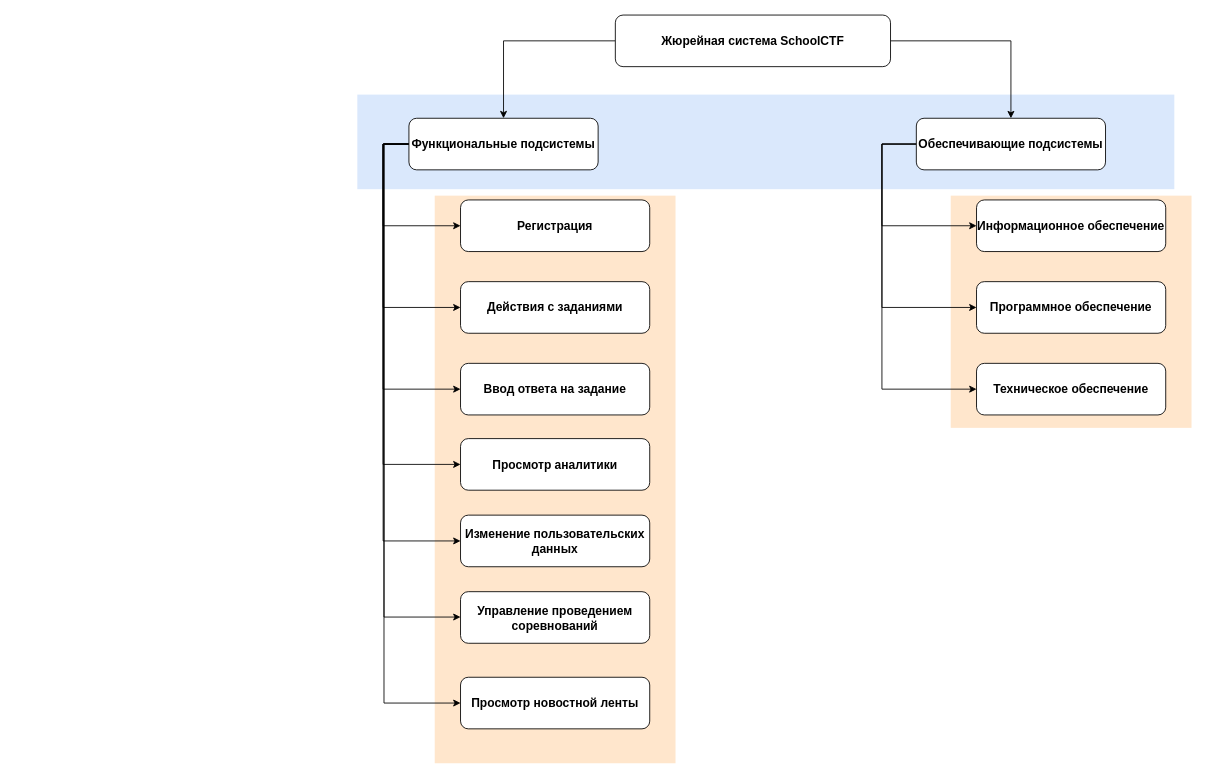
PolMarzia/diplom keeps this draw.io diagram as struct_new.drawio. Above is the earlier version. Source tidied: cells renumbered, new cells numbered last; positions are measured from the earlier drawing's top-left corner, leaving out a move shared by most shapes. Both pictures are drawn from the tidied source at 86%, with x=0, y=0 at pixel (357, 15).
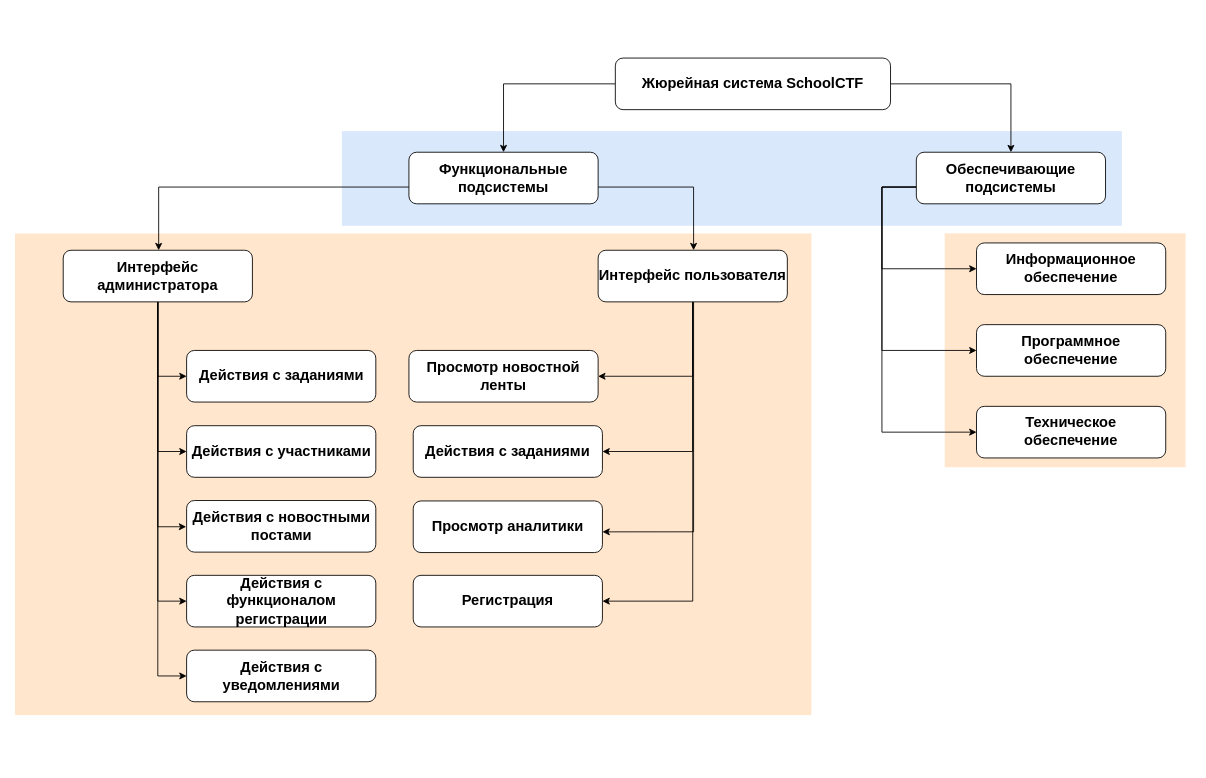
After the change.

Commit message (it also covers changes not shown here):
Дописана вторая глава

Diff of the diagram source:
```diff
@@
-    <mxCell id="2" style="rounded=0;whiteSpace=wrap;html=1;labelBackgroundColor=none;fillColor=#ffe6cc;fontSize=14;strokeColor=none;" parent="1" vertex="1">
-      <mxGeometry x="690" y="210" width="280" height="270" as="geometry" />
-    </mxCell>
-    <mxCell id="3" style="rounded=0;whiteSpace=wrap;html=1;labelBackgroundColor=none;fillColor=#ffe6cc;fontSize=14;strokeColor=none;" parent="1" vertex="1">
-      <mxGeometry x="90" y="210" width="280" height="660" as="geometry" />
-    </mxCell>
-    <mxCell id="4" style="rounded=0;whiteSpace=wrap;html=1;fontSize=14;labelBackgroundColor=none;strokeColor=none;fillColor=#dae8fc;" parent="1" vertex="1">
-      <mxGeometry y="92.5" width="950" height="110" as="geometry" />
-    </mxCell>
+    <mxCell id="30" style="rounded=0;whiteSpace=wrap;html=1;labelBackgroundColor=none;fillColor=#ffe6cc;fontSize=17;strokeColor=none;" parent="1" vertex="1">
+      <mxGeometry x="683" y="253.8" width="280" height="272" as="geometry" />
+    </mxCell>
+    <mxCell id="31" style="rounded=0;whiteSpace=wrap;html=1;labelBackgroundColor=none;fillColor=#ffe6cc;fontSize=17;strokeColor=none;" parent="1" vertex="1">
+      <mxGeometry x="-398" y="254" width="926" height="560" as="geometry" />
+    </mxCell>
+    <mxCell id="32" style="rounded=0;whiteSpace=wrap;html=1;fontSize=17;labelBackgroundColor=none;strokeColor=none;fillColor=#dae8fc;" parent="1" vertex="1">
+      <mxGeometry x="-18" y="135" width="907" height="110" as="geometry" />
+    </mxCell>
-    <mxCell id="5" style="edgeStyle=orthogonalEdgeStyle;rounded=0;jettySize=auto;html=1;fontSize=14;" parent="1" edge="1" source="7" target="15">
+    <mxCell id="5" style="edgeStyle=orthogonalEdgeStyle;rounded=0;jettySize=auto;html=1;fontSize=17;" parent="1" edge="1" source="7" target="15">
       <mxGeometry relative="1" as="geometry">
         <Array as="points">
-          <mxPoint x="170" y="30" />
+          <mxPoint x="170" y="80" />
         </Array>
       </mxGeometry>
     </mxCell>
-    <mxCell id="6" style="edgeStyle=orthogonalEdgeStyle;rounded=0;jettySize=auto;html=1;fontSize=14;" parent="1" edge="1" source="7" target="19">
+    <mxCell id="6" style="edgeStyle=orthogonalEdgeStyle;rounded=0;jettySize=auto;html=1;fontSize=17;" parent="1" edge="1" source="7" target="19">
       <mxGeometry relative="1" as="geometry" />
     </mxCell>
-    <mxCell id="7" value="&lt;font style=&quot;font-size: 14px&quot;&gt;Жюрейная система SchoolCTF&lt;/font&gt;" style="rounded=1;whiteSpace=wrap;html=1;fontSize=14;fontStyle=1;" parent="1" vertex="1">
-      <mxGeometry x="300" width="320" height="60" as="geometry" />
+    <mxCell id="7" value="&lt;font style=&quot;font-size: 17px;&quot;&gt;Жюрейная система SchoolCTF&lt;/font&gt;" style="rounded=1;whiteSpace=wrap;html=1;fontSize=17;fontStyle=1;" parent="1" vertex="1">
+      <mxGeometry x="300" y="50" width="320" height="60" as="geometry" />
     </mxCell>
-    <mxCell id="8" style="edgeStyle=orthogonalEdgeStyle;rounded=0;jettySize=auto;html=1;entryX=0;entryY=0.5;entryDx=0;entryDy=0;fontSize=14;" parent="1" edge="1" source="15" target="23">
-      <mxGeometry relative="1" as="geometry">
-        <Array as="points">
-          <mxPoint x="30" y="150" />
-          <mxPoint x="30" y="245" />
-        </Array>
-      </mxGeometry>
-    </mxCell>
-    <mxCell id="9" style="edgeStyle=orthogonalEdgeStyle;rounded=0;jettySize=auto;html=1;entryX=0;entryY=0.5;entryDx=0;entryDy=0;fontSize=14;" parent="1" edge="1" source="15" target="20">
-      <mxGeometry relative="1" as="geometry">
-        <Array as="points">
-          <mxPoint x="30" y="150" />
-          <mxPoint x="30" y="340" />
-        </Array>
-      </mxGeometry>
-    </mxCell>
-    <mxCell id="10" style="edgeStyle=orthogonalEdgeStyle;rounded=0;jettySize=auto;html=1;entryX=0;entryY=0.5;entryDx=0;entryDy=0;fontSize=14;" parent="1" edge="1" source="15" target="21">
-      <mxGeometry relative="1" as="geometry">
-        <Array as="points">
-          <mxPoint x="30" y="150" />
-          <mxPoint x="30" y="435" />
-        </Array>
-      </mxGeometry>
-    </mxCell>
-    <mxCell id="11" style="edgeStyle=orthogonalEdgeStyle;rounded=0;jettySize=auto;html=1;entryX=0;entryY=0.5;entryDx=0;entryDy=0;fontSize=14;" parent="1" edge="1" source="15" target="22">
-      <mxGeometry relative="1" as="geometry">
-        <Array as="points">
-          <mxPoint x="30" y="150" />
-          <mxPoint x="30" y="523" />
-        </Array>
-      </mxGeometry>
-    </mxCell>
-    <mxCell id="12" style="edgeStyle=orthogonalEdgeStyle;rounded=0;jettySize=auto;html=1;entryX=0;entryY=0.5;entryDx=0;entryDy=0;fontSize=14;" parent="1" edge="1" source="15" target="24">
-      <mxGeometry relative="1" as="geometry">
-        <Array as="points">
-          <mxPoint x="30" y="150" />
-          <mxPoint x="30" y="612" />
-        </Array>
-      </mxGeometry>
-    </mxCell>
-    <mxCell id="13" style="edgeStyle=orthogonalEdgeStyle;rounded=0;jettySize=auto;html=1;fontSize=14;" parent="1" edge="1" source="15" target="25">
-      <mxGeometry relative="1" as="geometry">
-        <Array as="points">
-          <mxPoint x="31" y="150" />
-          <mxPoint x="31" y="700" />
-        </Array>
-      </mxGeometry>
-    </mxCell>
-    <mxCell id="14" style="edgeStyle=orthogonalEdgeStyle;rounded=0;jettySize=auto;html=1;entryX=0;entryY=0.5;entryDx=0;entryDy=0;fontSize=14;" parent="1" edge="1" source="15" target="29">
-      <mxGeometry relative="1" as="geometry">
-        <Array as="points">
-          <mxPoint x="31" y="150" />
-          <mxPoint x="31" y="800" />
-        </Array>
-      </mxGeometry>
-    </mxCell>
+    <mxCell id="33" style="edgeStyle=orthogonalEdgeStyle;rounded=0;jettySize=auto;html=1;fontSize=17;" parent="1" edge="1" source="15" target="42">
+      <mxGeometry relative="1" as="geometry">
+        <Array as="points">
+          <mxPoint x="-231" y="200" />
+        </Array>
+      </mxGeometry>
+    </mxCell>
+    <mxCell id="34" style="edgeStyle=orthogonalEdgeStyle;rounded=0;jettySize=auto;html=1;fontSize=17;" parent="1" edge="1" source="15" target="47">
+      <mxGeometry relative="1" as="geometry">
+        <Array as="points">
+          <mxPoint x="391" y="200" />
+        </Array>
+      </mxGeometry>
+    </mxCell>
-    <mxCell id="15" value="Функциональные подсистемы" style="rounded=1;whiteSpace=wrap;html=1;fontSize=14;fontStyle=1;" parent="1" vertex="1">
-      <mxGeometry x="60" y="120" width="220" height="60" as="geometry" />
+    <mxCell id="15" value="Функциональные подсистемы" style="rounded=1;whiteSpace=wrap;html=1;fontSize=17;fontStyle=1;" parent="1" vertex="1">
+      <mxGeometry x="60" y="159.5" width="220" height="60" as="geometry" />
     </mxCell>
-    <mxCell id="16" style="edgeStyle=orthogonalEdgeStyle;rounded=0;jettySize=auto;html=1;entryX=0;entryY=0.5;entryDx=0;entryDy=0;fontSize=14;" parent="1" edge="1" source="19" target="26">
+    <mxCell id="16" style="edgeStyle=orthogonalEdgeStyle;rounded=0;jettySize=auto;html=1;entryX=0;entryY=0.5;entryDx=0;entryDy=0;fontSize=17;" parent="1" edge="1" source="19" target="26">
       <mxGeometry relative="1" as="geometry">
         <Array as="points">
-          <mxPoint x="610" y="150" />
-          <mxPoint x="610" y="245" />
+          <mxPoint x="610" y="200" />
+          <mxPoint x="610" y="295" />
         </Array>
       </mxGeometry>
     </mxCell>
-    <mxCell id="17" style="edgeStyle=orthogonalEdgeStyle;rounded=0;jettySize=auto;html=1;entryX=0;entryY=0.5;entryDx=0;entryDy=0;fontSize=14;" parent="1" edge="1" source="19" target="27">
+    <mxCell id="17" style="edgeStyle=orthogonalEdgeStyle;rounded=0;jettySize=auto;html=1;entryX=0;entryY=0.5;entryDx=0;entryDy=0;fontSize=17;" parent="1" edge="1" source="19" target="27">
       <mxGeometry relative="1" as="geometry">
         <Array as="points">
-          <mxPoint x="610" y="150" />
-          <mxPoint x="610" y="340" />
+          <mxPoint x="610" y="200" />
+          <mxPoint x="610" y="390" />
         </Array>
       </mxGeometry>
     </mxCell>
-    <mxCell id="18" style="edgeStyle=orthogonalEdgeStyle;rounded=0;jettySize=auto;html=1;entryX=0;entryY=0.5;entryDx=0;entryDy=0;fontSize=14;" parent="1" edge="1" source="19" target="28">
+    <mxCell id="18" style="edgeStyle=orthogonalEdgeStyle;rounded=0;jettySize=auto;html=1;entryX=0;entryY=0.5;entryDx=0;entryDy=0;fontSize=17;" parent="1" edge="1" source="19" target="28">
       <mxGeometry relative="1" as="geometry">
         <Array as="points">
-          <mxPoint x="610" y="150" />
-          <mxPoint x="610" y="435" />
+          <mxPoint x="610" y="200" />
+          <mxPoint x="610" y="485" />
         </Array>
       </mxGeometry>
     </mxCell>
-    <mxCell id="19" value="Обеспечивающие подсистемы" style="rounded=1;whiteSpace=wrap;html=1;fontSize=14;fontStyle=1;" parent="1" vertex="1">
-      <mxGeometry x="650" y="120" width="220" height="60" as="geometry" />
+    <mxCell id="19" value="Обеспечивающие подсистемы" style="rounded=1;whiteSpace=wrap;html=1;fontSize=17;fontStyle=1;" parent="1" vertex="1">
+      <mxGeometry x="650" y="159.5" width="220" height="60" as="geometry" />
     </mxCell>
-    <mxCell id="20" value="Действия с заданиями" style="rounded=1;whiteSpace=wrap;html=1;fontSize=14;fontStyle=1;" parent="1" vertex="1">
-      <mxGeometry x="120" y="310" width="220" height="60" as="geometry" />
-    </mxCell>
-    <mxCell id="21" value="Ввод ответа на задание" style="rounded=1;whiteSpace=wrap;html=1;fontSize=14;fontStyle=1;" parent="1" vertex="1">
-      <mxGeometry x="120" y="405" width="220" height="60" as="geometry" />
-    </mxCell>
+    <mxCell id="35" value="Действия с заданиями" style="rounded=1;whiteSpace=wrap;html=1;fontSize=17;fontStyle=1;" parent="1" vertex="1">
+      <mxGeometry x="-198.5" y="390" width="220" height="60" as="geometry" />
+    </mxCell>
+    <mxCell id="36" value="Действия с заданиями" style="rounded=1;whiteSpace=wrap;html=1;fontSize=17;fontStyle=1;" parent="1" vertex="1">
+      <mxGeometry x="65" y="477.5" width="220" height="60" as="geometry" />
+    </mxCell>
-    <mxCell id="22" value="Просмотр аналитики" style="rounded=1;whiteSpace=wrap;html=1;fontSize=14;fontStyle=1;" parent="1" vertex="1">
-      <mxGeometry x="120" y="492.5" width="220" height="60" as="geometry" />
+    <mxCell id="22" value="Просмотр аналитики" style="rounded=1;whiteSpace=wrap;html=1;fontSize=17;fontStyle=1;" parent="1" vertex="1">
+      <mxGeometry x="65" y="565" width="220" height="60" as="geometry" />
     </mxCell>
-    <mxCell id="23" value="Регистрация" style="rounded=1;whiteSpace=wrap;html=1;fontSize=14;fontStyle=1;" parent="1" vertex="1">
-      <mxGeometry x="120" y="215" width="220" height="60" as="geometry" />
-    </mxCell>
-    <mxCell id="24" value="Изменение пользовательских данных" style="rounded=1;whiteSpace=wrap;html=1;fontSize=14;fontStyle=1;" parent="1" vertex="1">
-      <mxGeometry x="120" y="581.5" width="220" height="60" as="geometry" />
-    </mxCell>
-    <mxCell id="25" value="Управление проведением соревнований" style="rounded=1;whiteSpace=wrap;html=1;fontSize=14;fontStyle=1;" parent="1" vertex="1">
-      <mxGeometry x="120" y="670.5" width="220" height="60" as="geometry" />
-    </mxCell>
-    <mxCell id="26" value="Информационное обеспечение" style="rounded=1;whiteSpace=wrap;html=1;fontSize=14;fontStyle=1;" parent="1" vertex="1">
-      <mxGeometry x="720" y="215" width="220" height="60" as="geometry" />
+    <mxCell id="26" value="Информационное обеспечение" style="rounded=1;whiteSpace=wrap;html=1;fontSize=17;fontStyle=1;" parent="1" vertex="1">
+      <mxGeometry x="720" y="265" width="220" height="60" as="geometry" />
     </mxCell>
-    <mxCell id="27" value="Программное обеспечение" style="rounded=1;whiteSpace=wrap;html=1;fontSize=14;fontStyle=1;" parent="1" vertex="1">
-      <mxGeometry x="720" y="310" width="220" height="60" as="geometry" />
+    <mxCell id="27" value="Программное обеспечение" style="rounded=1;whiteSpace=wrap;html=1;fontSize=17;fontStyle=1;" parent="1" vertex="1">
+      <mxGeometry x="720" y="360" width="220" height="60" as="geometry" />
     </mxCell>
-    <mxCell id="28" value="Техническое обеспечение" style="rounded=1;whiteSpace=wrap;html=1;fontSize=14;fontStyle=1;" parent="1" vertex="1">
-      <mxGeometry x="720" y="405" width="220" height="60" as="geometry" />
+    <mxCell id="28" value="Техническое обеспечение" style="rounded=1;whiteSpace=wrap;html=1;fontSize=17;fontStyle=1;" parent="1" vertex="1">
+      <mxGeometry x="720" y="455" width="220" height="60" as="geometry" />
     </mxCell>
-    <mxCell id="29" value="Просмотр новостной ленты" style="rounded=1;whiteSpace=wrap;html=1;fontSize=14;fontStyle=1;" parent="1" vertex="1">
-      <mxGeometry x="120" y="770" width="220" height="60" as="geometry" />
+    <mxCell id="29" value="Просмотр новостной ленты" style="rounded=1;whiteSpace=wrap;html=1;fontSize=17;fontStyle=1;" parent="1" vertex="1">
+      <mxGeometry x="60" y="390" width="220" height="60" as="geometry" />
     </mxCell>
+    <mxCell id="37" style="edgeStyle=orthogonalEdgeStyle;rounded=0;jettySize=auto;html=1;entryX=0;entryY=0.5;entryDx=0;entryDy=0;fontSize=17;" parent="1" edge="1" source="42" target="35">
+      <mxGeometry relative="1" as="geometry" />
+    </mxCell>
+    <mxCell id="38" style="edgeStyle=orthogonalEdgeStyle;rounded=0;jettySize=auto;html=1;entryX=0;entryY=0.5;entryDx=0;entryDy=0;fontSize=17;" parent="1" edge="1" source="42" target="48">
+      <mxGeometry relative="1" as="geometry" />
+    </mxCell>
+    <mxCell id="39" style="edgeStyle=orthogonalEdgeStyle;rounded=0;jettySize=auto;html=1;fontSize=17;" parent="1" edge="1" source="42">
+      <mxGeometry relative="1" as="geometry">
+        <mxPoint x="-199" y="595" as="targetPoint" />
+        <Array as="points">
+          <mxPoint x="-232" y="595" />
+          <mxPoint x="-199" y="595" />
+        </Array>
+      </mxGeometry>
+    </mxCell>
+    <mxCell id="40" style="edgeStyle=orthogonalEdgeStyle;rounded=0;jettySize=auto;html=1;entryX=0;entryY=0.5;entryDx=0;entryDy=0;" parent="1" edge="1" source="42" target="50">
+      <mxGeometry relative="1" as="geometry" />
+    </mxCell>
+    <mxCell id="41" style="edgeStyle=orthogonalEdgeStyle;rounded=0;jettySize=auto;html=1;entryX=0;entryY=0.5;entryDx=0;entryDy=0;" parent="1" edge="1" source="42" target="51">
+      <mxGeometry relative="1" as="geometry" />
+    </mxCell>
+    <mxCell id="42" value="Интерфейс администратора" style="rounded=1;whiteSpace=wrap;html=1;fontSize=17;fontStyle=1;" parent="1" vertex="1">
+      <mxGeometry x="-342" y="273.5" width="220" height="60" as="geometry" />
+    </mxCell>
+    <mxCell id="43" style="edgeStyle=orthogonalEdgeStyle;rounded=0;jettySize=auto;html=1;entryX=1;entryY=0.5;entryDx=0;entryDy=0;fontSize=17;" parent="1" edge="1" source="47" target="36">
+      <mxGeometry relative="1" as="geometry" />
+    </mxCell>
+    <mxCell id="44" style="edgeStyle=orthogonalEdgeStyle;rounded=0;jettySize=auto;html=1;entryX=1;entryY=0.599;entryDx=0;entryDy=0;entryPerimeter=0;fontSize=17;" parent="1" edge="1" source="47" target="22">
+      <mxGeometry relative="1" as="geometry">
+        <Array as="points">
+          <mxPoint x="391" y="601" />
+        </Array>
+      </mxGeometry>
+    </mxCell>
+    <mxCell id="45" style="edgeStyle=orthogonalEdgeStyle;rounded=0;jettySize=auto;html=1;entryX=1;entryY=0.5;entryDx=0;entryDy=0;fontSize=17;" parent="1" edge="1" source="47" target="29">
+      <mxGeometry relative="1" as="geometry" />
+    </mxCell>
+    <mxCell id="46" style="edgeStyle=orthogonalEdgeStyle;rounded=0;jettySize=auto;html=1;entryX=1;entryY=0.5;entryDx=0;entryDy=0;" parent="1" edge="1" source="47" target="23">
+      <mxGeometry relative="1" as="geometry" />
+    </mxCell>
+    <mxCell id="47" value="Интерфейс пользователя" style="rounded=1;whiteSpace=wrap;html=1;fontSize=17;fontStyle=1;" parent="1" vertex="1">
+      <mxGeometry x="280" y="273.5" width="220" height="60" as="geometry" />
+    </mxCell>
+    <mxCell id="48" value="Действия с участниками" style="rounded=1;whiteSpace=wrap;html=1;fontSize=17;fontStyle=1;" parent="1" vertex="1">
+      <mxGeometry x="-198.5" y="477.5" width="220" height="60" as="geometry" />
+    </mxCell>
+    <mxCell id="49" value="Действия с новостными постами" style="rounded=1;whiteSpace=wrap;html=1;fontSize=17;fontStyle=1;" parent="1" vertex="1">
+      <mxGeometry x="-198.5" y="564.5" width="220" height="60" as="geometry" />
+    </mxCell>
+    <mxCell id="50" value="Действия с функционалом регистрации" style="rounded=1;whiteSpace=wrap;html=1;fontSize=17;fontStyle=1;" parent="1" vertex="1">
+      <mxGeometry x="-198.5" y="651.5" width="220" height="60" as="geometry" />
+    </mxCell>
+    <mxCell id="51" value="Действия с уведомлениями" style="rounded=1;whiteSpace=wrap;html=1;fontSize=17;fontStyle=1;" parent="1" vertex="1">
+      <mxGeometry x="-198.5" y="738.5" width="220" height="60" as="geometry" />
+    </mxCell>
+    <mxCell id="23" value="Регистрация" style="rounded=1;whiteSpace=wrap;html=1;fontSize=17;fontStyle=1;" parent="1" vertex="1">
+      <mxGeometry x="65" y="651.5" width="220" height="60" as="geometry" />
+    </mxCell>
```
